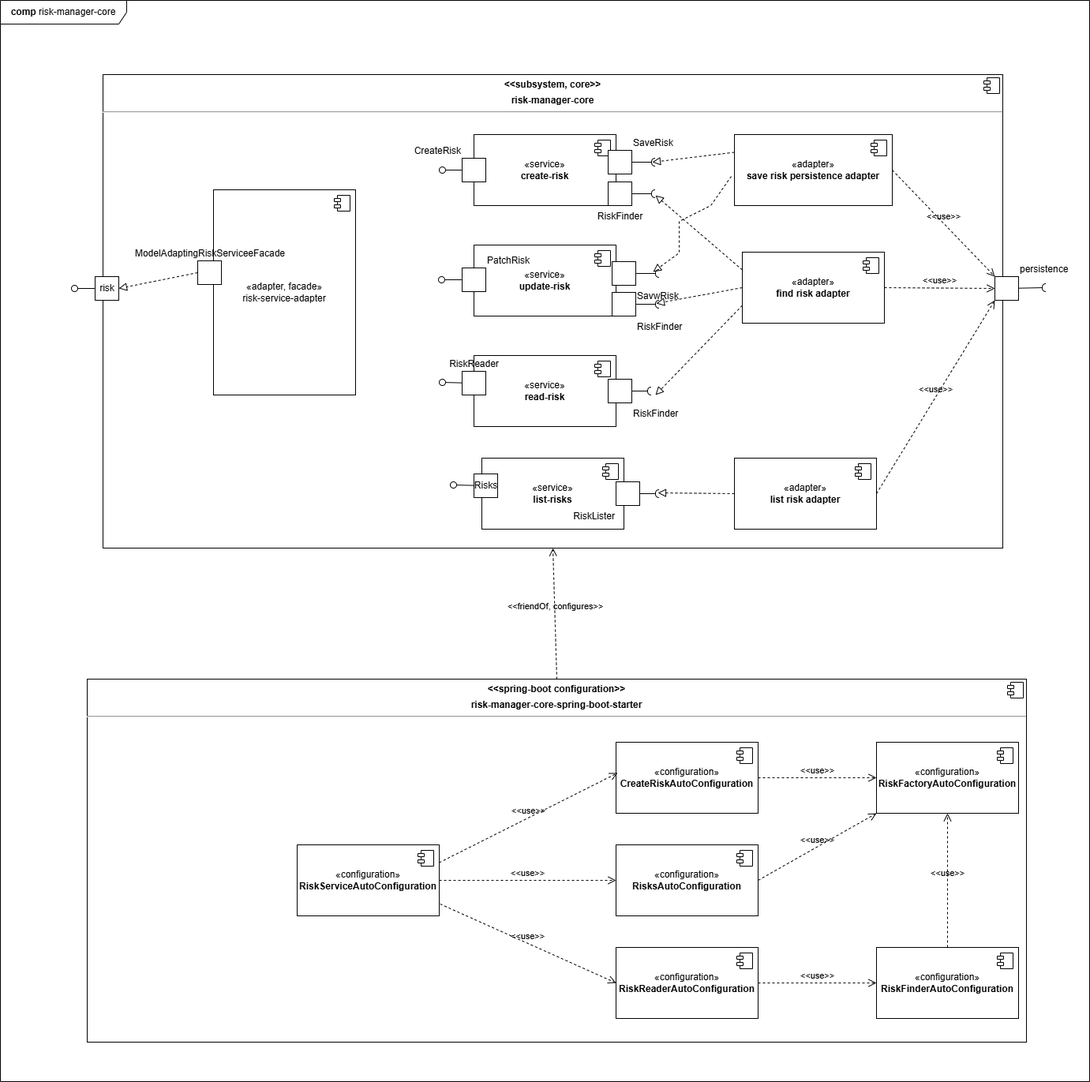
The draw.io diagram documentation/arc-documentation/images/05_building_block_view/coresystem/whitebox-risk-manager-core.drawio.png in stueberm1/riskmanager, before a commit. Source tidied: cells renumbered, new cells last; positions are measured from the earlier drawing's top-left corner, leaving out a move shared by most shapes.
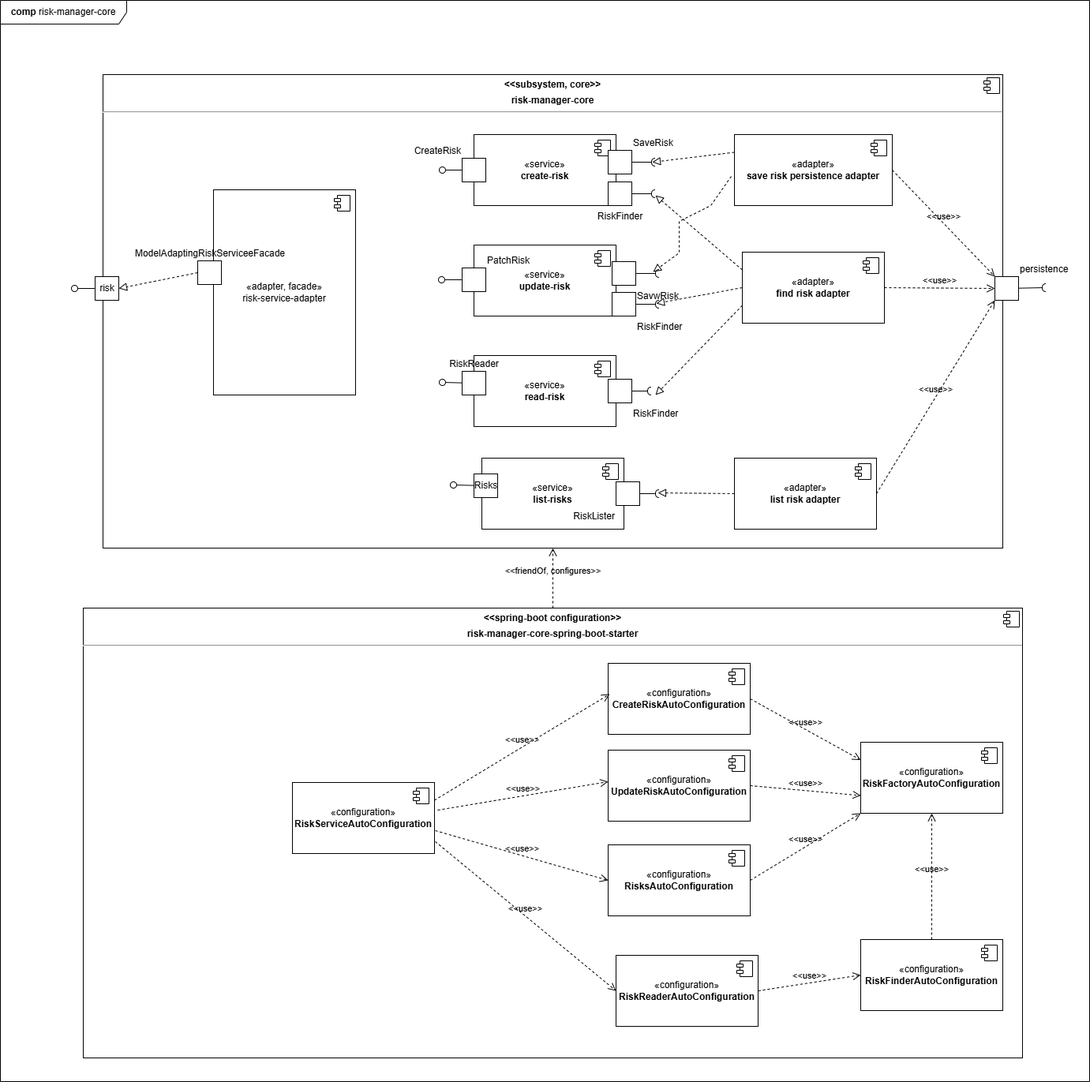
Later version of the same file.

Commit message:
riskmanager-9: add spring-boot autoconfiguration to the plan

What changed in the source:
```diff
@@ -32,7 +32,7 @@
       <mxGeometry x="1320" y="359" width="5" height="10" as="geometry" />
     </mxCell>
     <mxCell id="11" value="&lt;p style=&quot;margin:0px;margin-top:6px;text-align:center;&quot;&gt;&lt;b&gt;&amp;lt;&amp;lt;spring-boot configuration&amp;gt;&amp;gt;&lt;/b&gt;&lt;/p&gt;&lt;p style=&quot;margin:0px;margin-top:6px;text-align:center;&quot;&gt;&lt;b&gt;risk-manager-core-spring-boot-starter&lt;/b&gt;&lt;/p&gt;&lt;hr&gt;&lt;p style=&quot;margin:0px;margin-left:8px;&quot;&gt;&lt;br&gt;&lt;br&gt;&lt;/p&gt;" style="align=left;overflow=fill;html=1;whiteSpace=wrap;" parent="2" vertex="1">
-      <mxGeometry x="110" y="860" width="1190" height="460" as="geometry" />
+      <mxGeometry x="105" y="770" width="1190" height="570" as="geometry" />
     </mxCell>
     <mxCell id="12" style="shape=component;jettyWidth=8;jettyHeight=4;" parent="11" vertex="1">
       <mxGeometry x="1" width="20" height="20" relative="1" as="geometry">
@@ -191,7 +191,7 @@
       <mxGeometry relative="1" as="geometry" />
     </mxCell>
     <mxCell id="58" value="«configuration»&lt;br&gt;&lt;b&gt;RiskFactoryAutoConfiguration&lt;/b&gt;" style="html=1;whiteSpace=wrap;" parent="2" vertex="1">
-      <mxGeometry x="1110" y="940" width="180" height="90" as="geometry" />
+      <mxGeometry x="1090" y="940" width="180" height="90" as="geometry" />
     </mxCell>
     <mxCell id="59" style="shape=module;jettyWidth=8;jettyHeight=4;" parent="58" vertex="1">
       <mxGeometry x="1" width="20" height="20" relative="1" as="geometry">
@@ -199,7 +199,7 @@
       </mxGeometry>
     </mxCell>
     <mxCell id="60" value="«configuration»&lt;br&gt;&lt;b&gt;CreateRiskAutoConfiguration&lt;/b&gt;" style="html=1;whiteSpace=wrap;" parent="2" vertex="1">
-      <mxGeometry x="780" y="940" width="180" height="90" as="geometry" />
+      <mxGeometry x="770" y="840" width="180" height="90" as="geometry" />
     </mxCell>
     <mxCell id="61" style="shape=module;jettyWidth=8;jettyHeight=4;" parent="60" vertex="1">
       <mxGeometry x="1" width="20" height="20" relative="1" as="geometry">
@@ -207,7 +207,7 @@
       </mxGeometry>
     </mxCell>
     <mxCell id="62" value="«configuration»&lt;br&gt;&lt;b&gt;RiskReaderAutoConfiguration&lt;/b&gt;" style="html=1;whiteSpace=wrap;" parent="2" vertex="1">
-      <mxGeometry x="780" y="1200" width="180" height="90" as="geometry" />
+      <mxGeometry x="780" y="1210" width="180" height="90" as="geometry" />
     </mxCell>
     <mxCell id="63" style="shape=module;jettyWidth=8;jettyHeight=4;" parent="62" vertex="1">
       <mxGeometry x="1" width="20" height="20" relative="1" as="geometry">
@@ -215,7 +215,7 @@
       </mxGeometry>
     </mxCell>
     <mxCell id="64" value="«configuration»&lt;br&gt;&lt;b&gt;RiskFinderAutoConfiguration&lt;/b&gt;" style="html=1;whiteSpace=wrap;" parent="2" vertex="1">
-      <mxGeometry x="1110" y="1200" width="180" height="90" as="geometry" />
+      <mxGeometry x="1090" y="1190" width="180" height="90" as="geometry" />
     </mxCell>
     <mxCell id="65" style="shape=module;jettyWidth=8;jettyHeight=4;" parent="64" vertex="1">
       <mxGeometry x="1" width="20" height="20" relative="1" as="geometry">
@@ -223,7 +223,7 @@
       </mxGeometry>
     </mxCell>
     <mxCell id="66" value="«configuration»&lt;br&gt;&lt;b&gt;RisksAutoConfiguration&lt;/b&gt;" style="html=1;whiteSpace=wrap;" parent="2" vertex="1">
-      <mxGeometry x="780" y="1070" width="180" height="90" as="geometry" />
+      <mxGeometry x="770" y="1070" width="180" height="90" as="geometry" />
     </mxCell>
     <mxCell id="67" style="shape=module;jettyWidth=8;jettyHeight=4;" parent="66" vertex="1">
       <mxGeometry x="1" width="20" height="20" relative="1" as="geometry">
@@ -231,7 +231,7 @@
       </mxGeometry>
     </mxCell>
     <mxCell id="68" value="«configuration»&lt;br&gt;&lt;b&gt;RiskServiceAutoConfiguration&lt;/b&gt;" style="html=1;whiteSpace=wrap;" parent="2" vertex="1">
-      <mxGeometry x="376" y="1070" width="180" height="90" as="geometry" />
+      <mxGeometry x="370" y="991" width="180" height="90" as="geometry" />
     </mxCell>
     <mxCell id="69" style="shape=module;jettyWidth=8;jettyHeight=4;" parent="68" vertex="1">
       <mxGeometry x="1" width="20" height="20" relative="1" as="geometry">
@@ -241,7 +241,7 @@
     <mxCell id="70" value="&amp;lt;&amp;lt;use&amp;gt;&amp;gt;" style="endArrow=open;startArrow=none;endFill=0;startFill=0;endSize=8;html=1;verticalAlign=bottom;dashed=1;labelBackgroundColor=none;rounded=0;exitX=1;exitY=0.25;exitDx=0;exitDy=0;entryX=0.011;entryY=0.433;entryDx=0;entryDy=0;entryPerimeter=0;" parent="2" edge="1" source="68" target="60">
       <mxGeometry relative="1" as="geometry" />
     </mxCell>
-    <mxCell id="71" value="&amp;lt;&amp;lt;use&amp;gt;&amp;gt;" style="endArrow=open;startArrow=none;endFill=0;startFill=0;endSize=8;html=1;verticalAlign=bottom;dashed=1;labelBackgroundColor=none;rounded=0;exitX=1;exitY=0.5;exitDx=0;exitDy=0;entryX=0;entryY=0.5;entryDx=0;entryDy=0;" parent="2" edge="1" source="68" target="66">
+    <mxCell id="71" value="&amp;lt;&amp;lt;use&amp;gt;&amp;gt;" style="endArrow=open;startArrow=none;endFill=0;startFill=0;endSize=8;html=1;verticalAlign=bottom;dashed=1;labelBackgroundColor=none;rounded=0;exitX=1.006;exitY=0.678;exitDx=0;exitDy=0;entryX=0;entryY=0.5;entryDx=0;entryDy=0;exitPerimeter=0;" parent="2" edge="1" source="68" target="66">
       <mxGeometry relative="1" as="geometry" />
     </mxCell>
     <mxCell id="72" value="&amp;lt;&amp;lt;use&amp;gt;&amp;gt;" style="endArrow=open;startArrow=none;endFill=0;startFill=0;endSize=8;html=1;verticalAlign=bottom;dashed=1;labelBackgroundColor=none;rounded=0;exitX=1.006;exitY=0.833;exitDx=0;exitDy=0;exitPerimeter=0;entryX=0;entryY=0.5;entryDx=0;entryDy=0;" parent="2" edge="1" source="68" target="62">
@@ -253,7 +253,7 @@
     <mxCell id="74" value="&amp;lt;&amp;lt;use&amp;gt;&amp;gt;" style="endArrow=open;startArrow=none;endFill=0;startFill=0;endSize=8;html=1;verticalAlign=bottom;dashed=1;labelBackgroundColor=none;rounded=0;exitX=1;exitY=0.5;exitDx=0;exitDy=0;entryX=0;entryY=1;entryDx=0;entryDy=0;" parent="2" edge="1" source="66" target="58">
       <mxGeometry relative="1" as="geometry" />
     </mxCell>
-    <mxCell id="75" value="&amp;lt;&amp;lt;use&amp;gt;&amp;gt;" style="endArrow=open;startArrow=none;endFill=0;startFill=0;endSize=8;html=1;verticalAlign=bottom;dashed=1;labelBackgroundColor=none;rounded=0;exitX=1;exitY=0.5;exitDx=0;exitDy=0;entryX=0;entryY=0.5;entryDx=0;entryDy=0;" parent="2" edge="1" source="60" target="58">
+    <mxCell id="75" value="&amp;lt;&amp;lt;use&amp;gt;&amp;gt;" style="endArrow=open;startArrow=none;endFill=0;startFill=0;endSize=8;html=1;verticalAlign=bottom;dashed=1;labelBackgroundColor=none;rounded=0;exitX=1;exitY=0.5;exitDx=0;exitDy=0;entryX=0;entryY=0.25;entryDx=0;entryDy=0;" parent="2" edge="1" source="60" target="58">
       <mxGeometry relative="1" as="geometry" />
     </mxCell>
     <mxCell id="76" value="&amp;lt;&amp;lt;use&amp;gt;&amp;gt;" style="endArrow=open;startArrow=none;endFill=0;startFill=0;endSize=8;html=1;verticalAlign=bottom;dashed=1;labelBackgroundColor=none;rounded=0;exitX=0.5;exitY=0;exitDx=0;exitDy=0;" parent="2" edge="1" source="64" target="58">
@@ -306,5 +306,21 @@
     <mxCell id="89" style="ellipse;html=1;fontSize=11;align=center;fillColor=none;points=[];verticalAlign=bottom;labelPosition=center;verticalLabelPosition=top;flipH=1;" parent="2" vertex="1">
       <mxGeometry x="555" y="350" width="8" height="8" as="geometry" />
     </mxCell>
+    <mxCell id="90" value="«configuration»&lt;br&gt;&lt;b&gt;UpdateRiskAutoConfiguration&lt;/b&gt;" style="html=1;whiteSpace=wrap;" parent="2" vertex="1">
+      <mxGeometry x="770" y="950" width="180" height="90" as="geometry" />
+    </mxCell>
+    <mxCell id="91" style="shape=module;jettyWidth=8;jettyHeight=4;" parent="90" vertex="1">
+      <mxGeometry x="1" width="20" height="20" relative="1" as="geometry">
+        <mxPoint x="-27" y="7" as="offset" />
+      </mxGeometry>
+    </mxCell>
+    <mxCell id="92" value="&amp;lt;&amp;lt;use&amp;gt;&amp;gt;" style="endArrow=open;startArrow=none;endFill=0;startFill=0;endSize=8;html=1;verticalAlign=bottom;dashed=1;labelBackgroundColor=none;rounded=0;exitX=1.022;exitY=0.389;exitDx=0;exitDy=0;exitPerimeter=0;" parent="2" edge="1" source="68">
+      <mxGeometry relative="1" as="geometry">
+        <mxPoint x="770" y="990" as="targetPoint" />
+      </mxGeometry>
+    </mxCell>
+    <mxCell id="93" value="&amp;lt;&amp;lt;use&amp;gt;&amp;gt;" style="endArrow=open;startArrow=none;endFill=0;startFill=0;endSize=8;html=1;verticalAlign=bottom;dashed=1;labelBackgroundColor=none;rounded=0;exitX=1;exitY=0.5;exitDx=0;exitDy=0;entryX=0;entryY=0.75;entryDx=0;entryDy=0;" parent="2" edge="1" source="90" target="58">
+      <mxGeometry relative="1" as="geometry" />
+    </mxCell>
   </root>
 </mxGraphModel>
```
